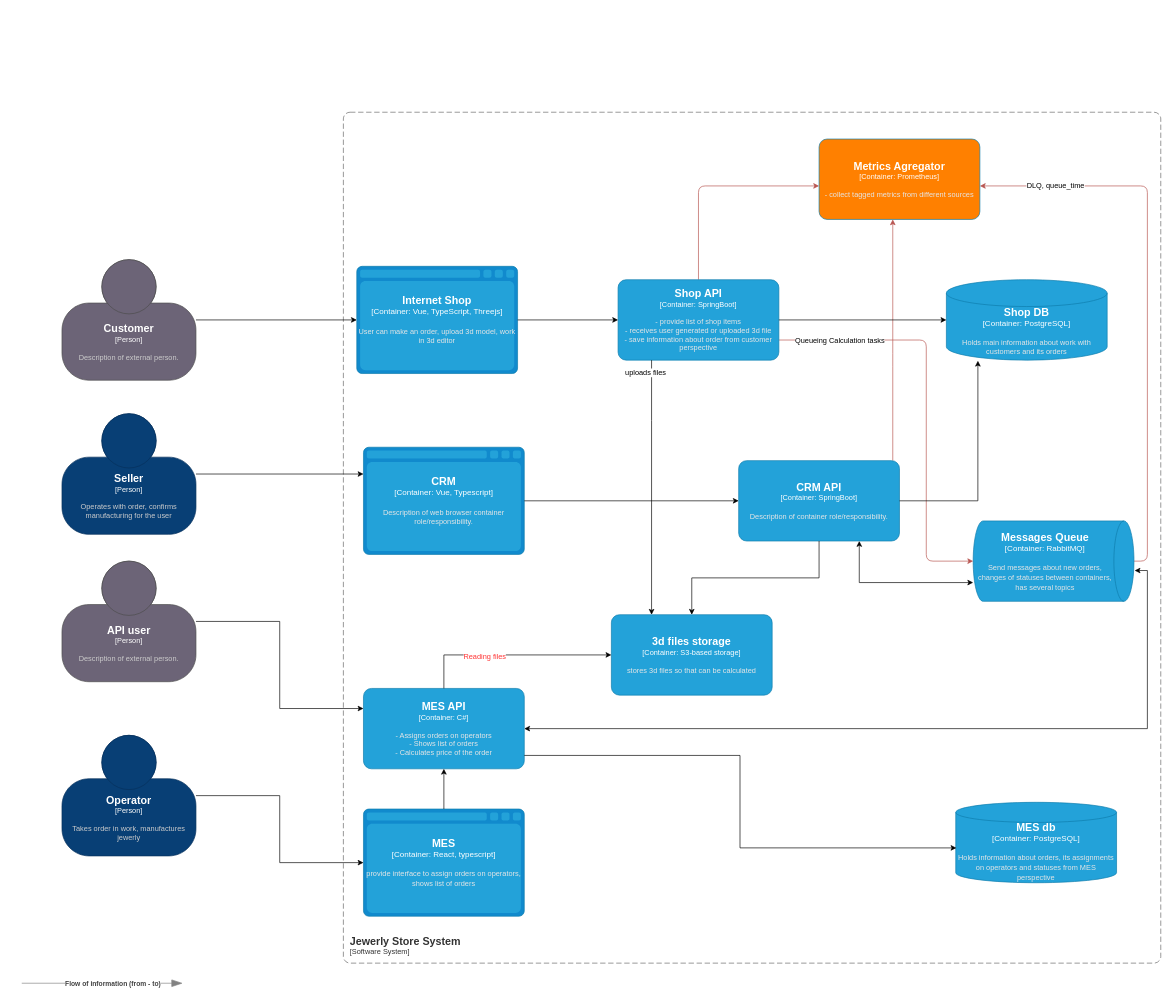
The draw.io diagram jewerly_c4_model.drawio in PavelNedviga/architecture-alexandrite, before the edit. Source tidied: cells renumbered, new cells numbered last; positions are measured from the earlier drawing's top-left corner, leaving out a move shared by most shapes. Both pictures are drawn from the tidied source at 67%, with x=0, y=0 at pixel (21, 112).
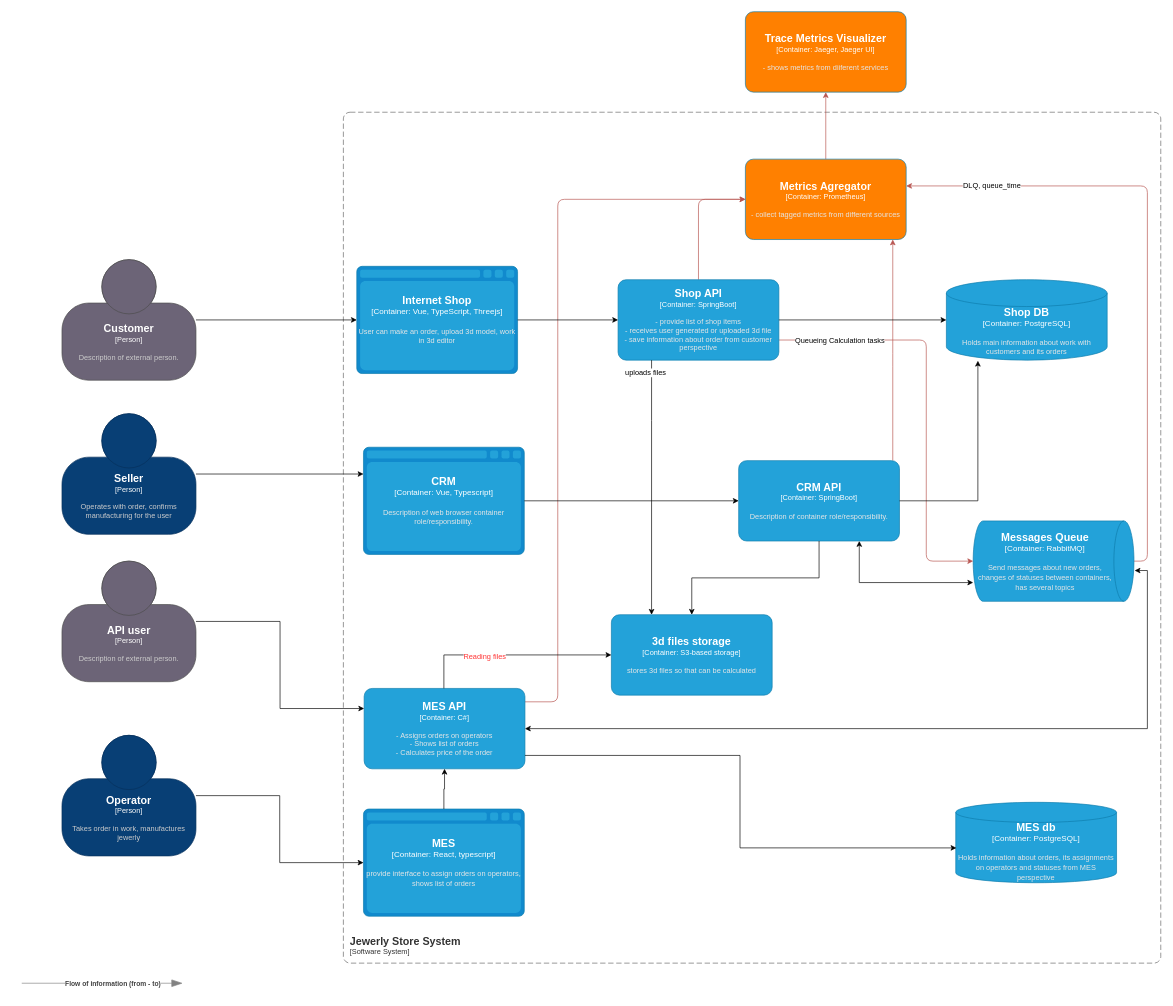
The same page after the edit.

The change refers to these unchanged cells:
```xml
<object id="15" label="&lt;font style=&quot;font-size: 16px&quot;&gt;&lt;b&gt;%c4Name%&lt;/b&gt;&lt;/font&gt;&lt;div&gt;[%c4Type%: %c4Technology%]&lt;/div&gt;&lt;br&gt;&lt;div&gt;&lt;font style=&quot;font-size: 11px&quot;&gt;&lt;font color=&quot;#E6E6E6&quot;&gt;%c4Description%&lt;/font&gt;&lt;/div&gt;" c4Description="- provide list of shop items&#10;- receives user generated or uploaded 3d file&#10;- save information about order from customer perspective&#10;" c4Name="Shop API" c4Technology="SpringBoot" c4Type="Container" placeholders="1">
  <mxCell style="rounded=1;whiteSpace=wrap;html=1;fontSize=11;labelBackgroundColor=none;fillColor=#23A2D9;fontColor=#ffffff;align=center;arcSize=10;strokeColor=#0E7DAD;points=[[0.25,0,0],[0.5,0,0],[0.75,0,0],[1,0.25,0],[1,0.5,0],[1,0.75,0],[0.75,1,0],[0.5,1,0],[0.25,1,0],[0,0.75,0],[0,0.5,0],[0,0.25,0]];" parent="1" vertex="1">
    <mxGeometry x="890" y="250" width="240" height="120" as="geometry" />
  </mxCell>
</object>
```

Change to the diagram source:
```diff
@@
+    <mxCell id="42" style="edgeStyle=orthogonalEdgeStyle;shape=connector;rounded=1;html=1;strokeColor=#b85450;align=center;verticalAlign=middle;fontFamily=Helvetica;fontSize=11;fontColor=default;labelBackgroundColor=default;endArrow=classic;fillColor=#f8cecc;" parent="1" edge="1" source="2" target="41">
+      <mxGeometry relative="1" as="geometry">
+        <Array as="points">
+          <mxPoint x="800" y="880" />
+          <mxPoint x="800" y="130" />
+        </Array>
+      </mxGeometry>
+    </mxCell>
     <object id="2" label="&lt;font style=&quot;font-size: 16px&quot;&gt;&lt;b&gt;%c4Name%&lt;/b&gt;&lt;/font&gt;&lt;div&gt;[%c4Type%: %c4Technology%]&lt;/div&gt;&lt;br&gt;&lt;div&gt;&lt;font style=&quot;font-size: 11px&quot;&gt;&lt;font color=&quot;#E6E6E6&quot;&gt;%c4Description%&lt;/font&gt;&lt;/div&gt;" c4Description="- Assigns orders on operators&#10;- Shows list of orders&#10;- Calculates price of the order" c4Name="MES API" c4Technology="C#" c4Type="Container" placeholders="1">
       <mxCell style="rounded=1;whiteSpace=wrap;html=1;fontSize=11;labelBackgroundColor=none;fillColor=#23A2D9;fontColor=#ffffff;align=center;arcSize=10;strokeColor=#0E7DAD;points=[[0.25,0,0],[0.5,0,0],[0.75,0,0],[1,0.25,0],[1,0.5,0],[1,0.75,0],[0.75,1,0],[0.5,1,0],[0.25,1,0],[0,0.75,0],[0,0.5,0],[0,0.25,0]];" parent="1" vertex="1">
-        <mxGeometry x="510" y="860" width="240" height="120" as="geometry" />
+        <mxGeometry x="511" y="860" width="240" height="120" as="geometry" />
       </mxCell>
     </object>
@@
     <mxCell id="14" style="edgeStyle=orthogonalEdgeStyle;html=1;fillColor=#f8cecc;strokeColor=#b85450;" parent="1" edge="1" source="15" target="41">
       <mxGeometry relative="1" as="geometry">
         <Array as="points">
-          <mxPoint x="1010" y="110" />
+          <mxPoint x="1010" y="130" />
         </Array>
       </mxGeometry>
     </mxCell>
@@
+    <mxCell id="43" style="edgeStyle=orthogonalEdgeStyle;shape=connector;rounded=1;html=1;strokeColor=#b85450;align=center;verticalAlign=middle;fontFamily=Helvetica;fontSize=11;fontColor=default;labelBackgroundColor=default;endArrow=classic;fillColor=#f8cecc;" parent="1" edge="1" source="41" target="44">
+      <mxGeometry relative="1" as="geometry" />
+    </mxCell>
     <object id="41" label="&lt;font style=&quot;font-size: 16px&quot;&gt;&lt;b&gt;%c4Name%&lt;/b&gt;&lt;/font&gt;&lt;div&gt;[%c4Type%: %c4Technology%]&lt;/div&gt;&lt;br&gt;&lt;div&gt;&lt;font style=&quot;font-size: 11px&quot;&gt;&lt;font color=&quot;#E6E6E6&quot;&gt;%c4Description%&lt;/font&gt;&lt;/div&gt;" c4Description="- collect tagged metrics from different sources&#10;" c4Name="Metrics Agregator" c4Technology="Prometheus" c4Type="Container" placeholders="1">
       <mxCell style="rounded=1;whiteSpace=wrap;html=1;fontSize=11;labelBackgroundColor=none;fillColor=#FF8000;fontColor=#ffffff;align=center;arcSize=10;strokeColor=#0E7DAD;points=[[0.25,0,0],[0.5,0,0],[0.75,0,0],[1,0.25,0],[1,0.5,0],[1,0.75,0],[0.75,1,0],[0.5,1,0],[0.25,1,0],[0,0.75,0],[0,0.5,0],[0,0.25,0]];" parent="1" vertex="1">
-        <mxGeometry x="1190" y="40" width="240" height="120" as="geometry" />
+        <mxGeometry x="1080" y="70" width="240" height="120" as="geometry" />
       </mxCell>
     </object>
+    <object id="44" label="&lt;font style=&quot;font-size: 16px&quot;&gt;&lt;b&gt;%c4Name%&lt;/b&gt;&lt;/font&gt;&lt;div&gt;[%c4Type%: %c4Technology%]&lt;/div&gt;&lt;br&gt;&lt;div&gt;&lt;font style=&quot;font-size: 11px&quot;&gt;&lt;font color=&quot;#E6E6E6&quot;&gt;%c4Description%&lt;/font&gt;&lt;/div&gt;" c4Description="- shows metrics from diiferent services&#10;" c4Name="Trace Metrics Visualizer" c4Technology="Jaeger, Jaeger UI" c4Type="Container" placeholders="1">
+      <mxCell style="rounded=1;whiteSpace=wrap;html=1;fontSize=11;labelBackgroundColor=none;fillColor=#FF8000;fontColor=#ffffff;align=center;arcSize=10;strokeColor=#0E7DAD;points=[[0.25,0,0],[0.5,0,0],[0.75,0,0],[1,0.25,0],[1,0.5,0],[1,0.75,0],[0.75,1,0],[0.5,1,0],[0.25,1,0],[0,0.75,0],[0,0.5,0],[0,0.25,0]];" parent="1" vertex="1">
+        <mxGeometry x="1080" y="-150" width="240" height="120" as="geometry" />
+      </mxCell>
+    </object>
```
